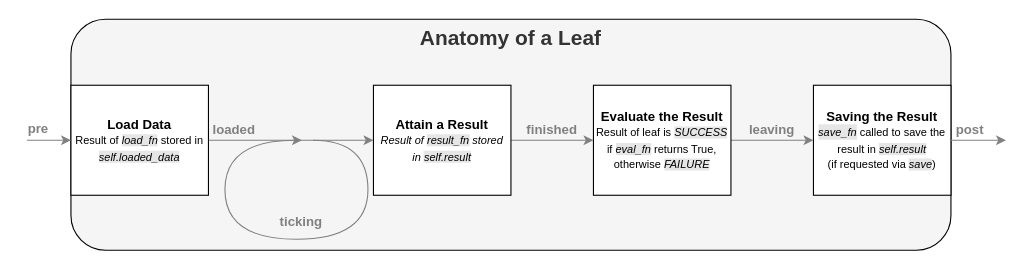
The draw.io diagram docs/leaf_anatomy.drawio in qcr/ros_trees, before the edit. Source tidied: cells renumbered, new cells numbered last; positions are measured from the earlier drawing's top-left corner, leaving out a move shared by most shapes. Both pictures are drawn from the tidied source at 110%, with x=0, y=0 at pixel (26, 19).
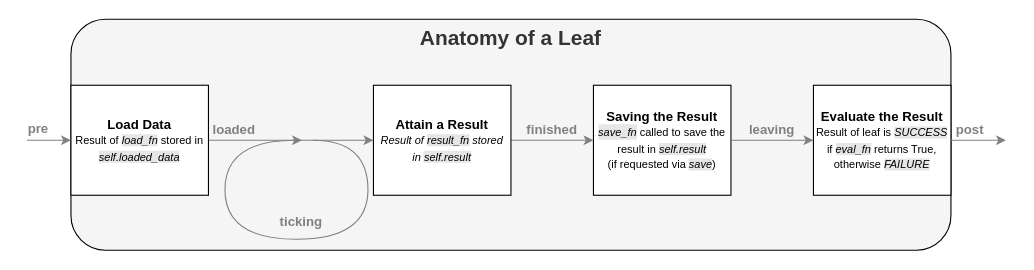
Above is the later version.

Commit message (it also covers changes not shown here):
Add simple leaf examples to README

Unchanged cells that the change refers to:
```xml
<mxCell id="7" value="&lt;b&gt;Attain a Result&lt;/b&gt;&lt;br&gt;&lt;font style=&quot;font-size: 10px&quot;&gt;&lt;i&gt;Result of &lt;span style=&quot;background-color: rgb(230 , 230 , 230)&quot;&gt;result_fn&lt;/span&gt;&amp;nbsp;stored in&amp;nbsp;&lt;span style=&quot;background-color: rgb(230 , 230 , 230)&quot;&gt;self.result&lt;/span&gt;&lt;/i&gt;&lt;/font&gt;" style="rounded=0;whiteSpace=wrap;html=1;" parent="1" vertex="1">
  <mxGeometry x="315" y="60" width="125" height="100" as="geometry" />
</mxCell>
```

Change to the diagram source:
```diff
@@
     <mxCell id="5" value="&lt;b&gt;Saving the Result&lt;/b&gt;&lt;br&gt;&lt;font&gt;&lt;i style=&quot;background-color: rgb(230 , 230 , 230)&quot;&gt;&lt;font style=&quot;font-size: 10px&quot;&gt;s&lt;/font&gt;&lt;span style=&quot;font-size: 10px&quot;&gt;ave_fn&lt;/span&gt;&lt;/i&gt;&lt;span style=&quot;font-size: 10px&quot;&gt; called to save the result in &lt;/span&gt;&lt;span style=&quot;font-size: 10px ; background-color: rgb(230 , 230 , 230)&quot;&gt;&lt;i&gt;self.result&lt;/i&gt;&lt;/span&gt; &lt;br&gt;&lt;span style=&quot;font-size: 10px&quot;&gt;(if requested via &lt;/span&gt;&lt;i style=&quot;font-size: 10px ; background-color: rgb(230 , 230 , 230)&quot;&gt;save&lt;/i&gt;&lt;span style=&quot;font-size: 10px&quot;&gt;)&lt;/span&gt;&lt;/font&gt;" style="rounded=0;whiteSpace=wrap;html=1;" parent="1" vertex="1">
-      <mxGeometry x="715" y="60" width="125" height="100" as="geometry" />
+      <mxGeometry x="515" y="60" width="125" height="100" as="geometry" />
     </mxCell>
-    <mxCell id="6" style="edgeStyle=orthogonalEdgeStyle;rounded=0;jettySize=auto;html=1;exitX=1;exitY=0.5;exitDx=0;exitDy=0;entryX=0;entryY=0.5;entryDx=0;entryDy=0;fontSize=19;strokeColor=#808080;" parent="1" edge="1" source="7" target="9">
+    <mxCell id="6" style="edgeStyle=orthogonalEdgeStyle;rounded=0;jettySize=auto;html=1;exitX=1;exitY=0.5;exitDx=0;exitDy=0;fontSize=19;strokeColor=#808080;" parent="1" edge="1" source="7" target="5">
       <mxGeometry relative="1" as="geometry" />
     </mxCell>
@@
-    <mxCell id="8" style="edgeStyle=orthogonalEdgeStyle;rounded=0;jettySize=auto;html=1;exitX=1;exitY=0.5;exitDx=0;exitDy=0;entryX=0;entryY=0.5;entryDx=0;entryDy=0;fontSize=19;strokeColor=#808080;" parent="1" edge="1" source="9" target="5">
-      <mxGeometry relative="1" as="geometry" />
+    <mxCell id="8" style="edgeStyle=orthogonalEdgeStyle;rounded=0;jettySize=auto;html=1;fontSize=19;strokeColor=#808080;exitX=1;exitY=0.5;exitDx=0;exitDy=0;entryX=0;entryY=0.5;entryDx=0;entryDy=0;" parent="1" edge="1" source="5" target="9">
+      <mxGeometry relative="1" as="geometry">
+        <Array as="points">
+          <mxPoint x="710" y="110" />
+          <mxPoint x="710" y="110" />
+        </Array>
+      </mxGeometry>
     </mxCell>
     <mxCell id="9" value="&lt;b&gt;Evaluate the Result&lt;/b&gt;&lt;br&gt;&lt;font style=&quot;font-size: 10px&quot;&gt;Result of leaf is &lt;i style=&quot;background-color: rgb(230 , 230 , 230)&quot;&gt;SUCCESS&lt;/i&gt; if &lt;i style=&quot;background-color: rgb(230 , 230 , 230)&quot;&gt;eval_fn&lt;/i&gt; returns True, otherwise &lt;i style=&quot;background-color: rgb(230 , 230 , 230)&quot;&gt;FAILURE&lt;/i&gt;&lt;/font&gt;" style="rounded=0;whiteSpace=wrap;html=1;" parent="1" vertex="1">
-      <mxGeometry x="515" y="60" width="125" height="100" as="geometry" />
+      <mxGeometry x="715" y="60" width="125" height="100" as="geometry" />
     </mxCell>
```
